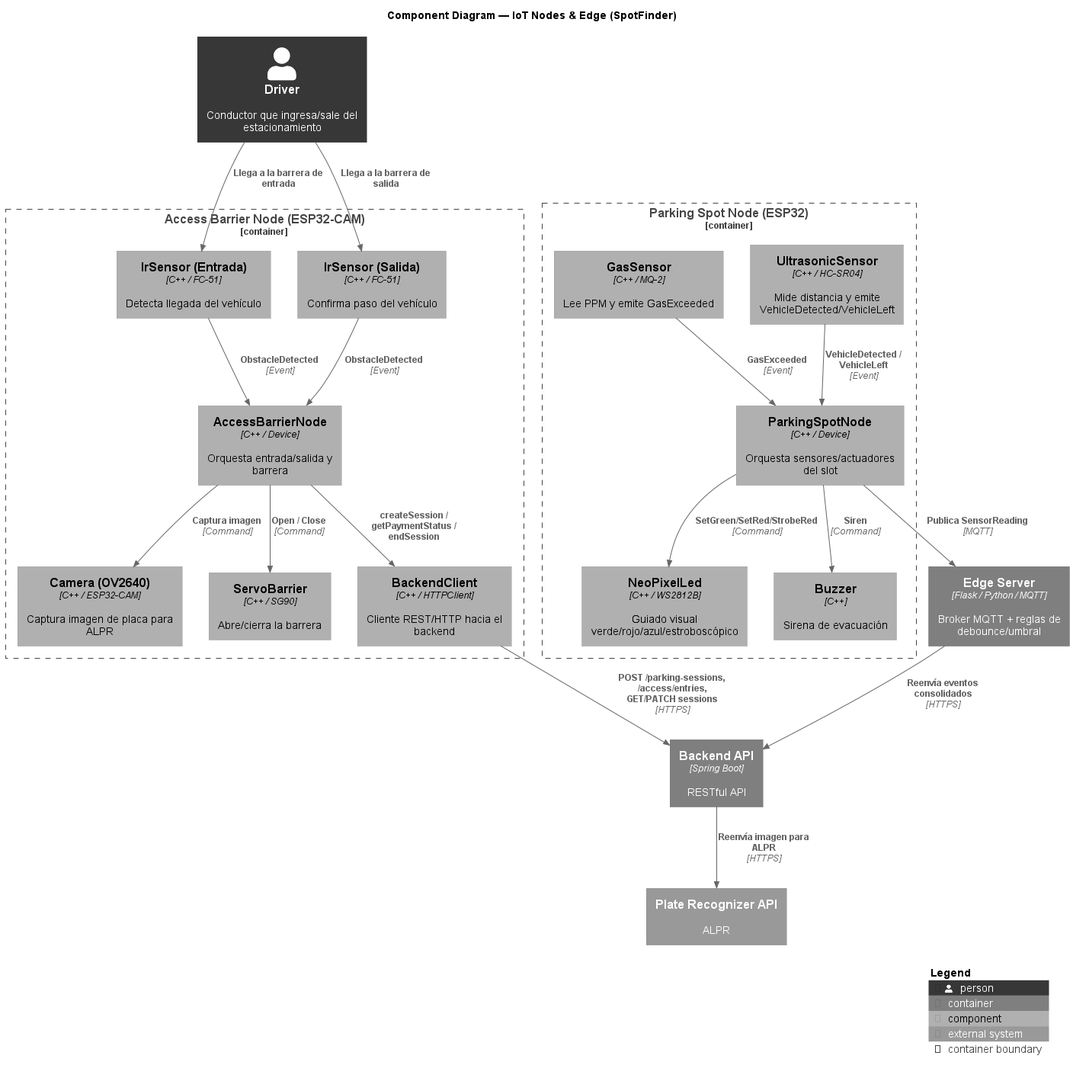
Above: assets/diagrams/c4/spotfinder-iot-component.png in ParkSenseIoT/SpotFinder-Report (PlantUML), before the change. The source it was exported from:
```plantuml
@startuml spotfinder-iot-component
!include https://raw.githubusercontent.com/plantuml-stdlib/C4-PlantUML/master/C4_Context.puml
!include https://raw.githubusercontent.com/plantuml-stdlib/C4-PlantUML/master/C4_Container.puml
!include https://raw.githubusercontent.com/plantuml-stdlib/C4-PlantUML/master/C4_Component.puml
skinparam monochrome true
skinparam shadowing false
skinparam defaultFontName Arial
skinparam Handwritten false
skinparam Padding 2

title Component Diagram — IoT Nodes & Edge (SpotFinder)

Person(driver, "Driver", "Conductor que ingresa/sale del estacionamiento")
Container(edge, "Edge Server", "Flask / Python / MQTT", "Broker MQTT + reglas de debounce/umbral", $tags="Edge")
Container(backend, "Backend API", "Spring Boot", "RESTful API")
System_Ext(plateRecognizer, "Plate Recognizer API", "ALPR", $tags="External")

Container_Boundary(spotNode, "Parking Spot Node (ESP32)") {
  Component(ultrasonic, "UltrasonicSensor", "C++ / HC-SR04", "Mide distancia y emite VehicleDetected/VehicleLeft")
  Component(neopixel, "NeoPixelLed", "C++ / WS2812B", "Guiado visual verde/rojo/azul/estroboscópico")
  Component(gas, "GasSensor", "C++ / MQ-2", "Lee PPM y emite GasExceeded")
  Component(buzzer, "Buzzer", "C++", "Sirena de evacuación")
  Component(spotLogic, "ParkingSpotNode", "C++ / Device", "Orquesta sensores/actuadores del slot")
}

Container_Boundary(barrierNode, "Access Barrier Node (ESP32-CAM)") {
  Component(irIn, "IrSensor (Entrada)", "C++ / FC-51", "Detecta llegada del vehículo")
  Component(irOut, "IrSensor (Salida)", "C++ / FC-51", "Confirma paso del vehículo")
  Component(camera, "Camera (OV2640)", "C++ / ESP32-CAM", "Captura imagen de placa para ALPR")
  Component(servo, "ServoBarrier", "C++ / SG90", "Abre/cierra la barrera")
  Component(barrierLogic, "AccessBarrierNode", "C++ / Device", "Orquesta entrada/salida y barrera")
  Component(backendClient, "BackendClient", "C++ / HTTPClient", "Cliente REST/HTTP hacia el backend")
}

Rel(driver, irIn, "Llega a la barrera de entrada")
Rel(driver, irOut, "Llega a la barrera de salida")

Rel(ultrasonic, spotLogic, "VehicleDetected / VehicleLeft", "Event")
Rel(gas, spotLogic, "GasExceeded", "Event")
Rel(spotLogic, neopixel, "SetGreen/SetRed/StrobeRed", "Command")
Rel(spotLogic, buzzer, "Siren", "Command")
Rel(spotLogic, edge, "Publica SensorReading", "MQTT")

Rel(irIn, barrierLogic, "ObstacleDetected", "Event")
Rel(irOut, barrierLogic, "ObstacleDetected", "Event")
Rel(barrierLogic, camera, "Captura imagen", "Command")
Rel(barrierLogic, servo, "Open / Close", "Command")
Rel(barrierLogic, backendClient, "createSession / getPaymentStatus / endSession")
Rel(backendClient, backend, "POST /parking-sessions, /access/entries, GET/PATCH sessions", "HTTPS")
Rel(backend, plateRecognizer, "Reenvía imagen para ALPR", "HTTPS")
Rel(edge, backend, "Reenvía eventos consolidados", "HTTPS")

SHOW_LEGEND()
@enduml
```
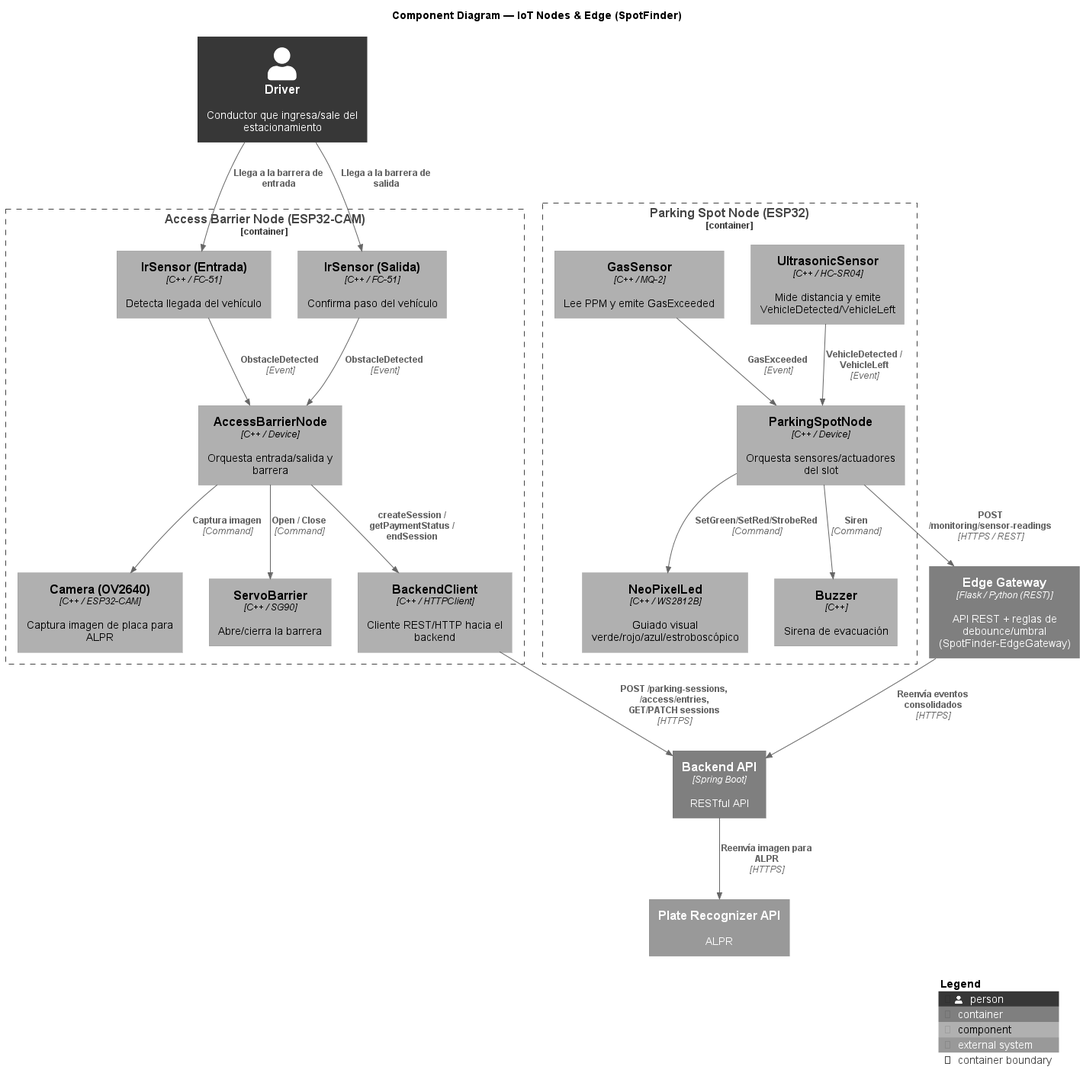
The same file after the commit.

Commit message:
docs(iot): re-export C4 PNGs (container + iot-component) with HTTP/REST edge

Diff of the diagram source:
```diff
@@ -11,7 +11,7 @@
 title Component Diagram — IoT Nodes & Edge (SpotFinder)
 
 Person(driver, "Driver", "Conductor que ingresa/sale del estacionamiento")
-Container(edge, "Edge Server", "Flask / Python / MQTT", "Broker MQTT + reglas de debounce/umbral", $tags="Edge")
+Container(edge, "Edge Gateway", "Flask / Python (REST)", "API REST + reglas de debounce/umbral (SpotFinder-EdgeGateway)", $tags="Edge")
 Container(backend, "Backend API", "Spring Boot", "RESTful API")
 System_Ext(plateRecognizer, "Plate Recognizer API", "ALPR", $tags="External")
 
@@ -39,7 +39,7 @@
 Rel(gas, spotLogic, "GasExceeded", "Event")
 Rel(spotLogic, neopixel, "SetGreen/SetRed/StrobeRed", "Command")
 Rel(spotLogic, buzzer, "Siren", "Command")
-Rel(spotLogic, edge, "Publica SensorReading", "MQTT")
+Rel(spotLogic, edge, "POST /monitoring/sensor-readings", "HTTPS / REST")
 
 Rel(irIn, barrierLogic, "ObstacleDetected", "Event")
 Rel(irOut, barrierLogic, "ObstacleDetected", "Event")
```
